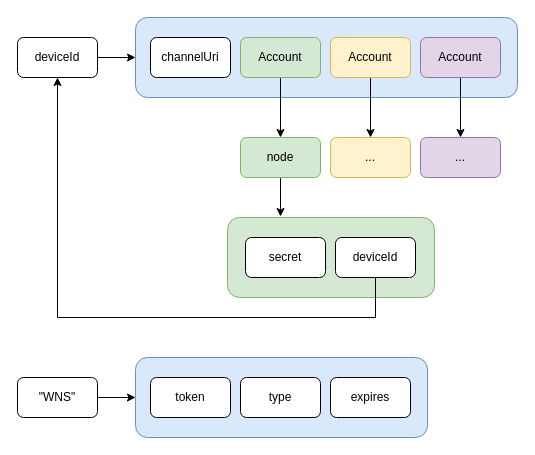
Before: docs/Redis-Layout.drawio in UWPX/UWPX-Push-Server, a draw.io diagram. Source tidied: cells renumbered, new cells numbered last; positions are measured from the earlier drawing's top-left corner, leaving out a move shared by most shapes. Both pictures are drawn from the tidied source at 100%, with x=0, y=0 at pixel (17, 17).
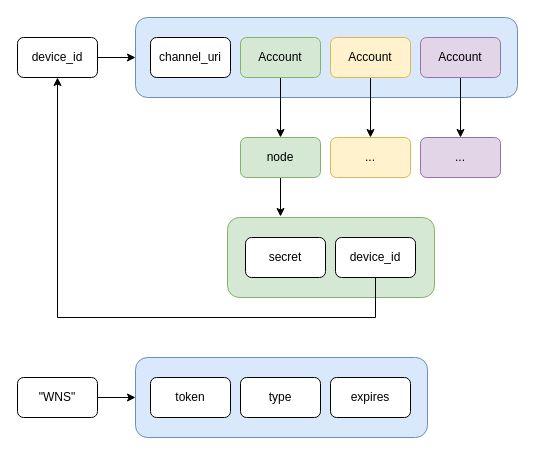
The same page after the edit.

Commit message (it also covers changes not shown here):
Updated the example drawing

The edit, as a diff of the source:
```diff
@@
-    <mxCell id="4" value="deviceId" style="rounded=1;whiteSpace=wrap;html=1;" parent="1" vertex="1">
+    <mxCell id="4" value="device_id" style="rounded=1;whiteSpace=wrap;html=1;" parent="1" vertex="1">
       <mxGeometry y="20" width="80" height="40" as="geometry" />
     </mxCell>
-    <mxCell id="5" value="channelUri" style="rounded=1;whiteSpace=wrap;html=1;" parent="1" vertex="1">
+    <mxCell id="5" value="channel_uri" style="rounded=1;whiteSpace=wrap;html=1;" parent="1" vertex="1">
       <mxGeometry x="133" y="20" width="80" height="40" as="geometry" />
     </mxCell>
@@
-    <mxCell id="19" value="deviceId" style="rounded=1;whiteSpace=wrap;html=1;" parent="1" vertex="1">
+    <mxCell id="19" value="device_id" style="rounded=1;whiteSpace=wrap;html=1;" parent="1" vertex="1">
       <mxGeometry x="318" y="220" width="80" height="40" as="geometry" />
     </mxCell>
```
